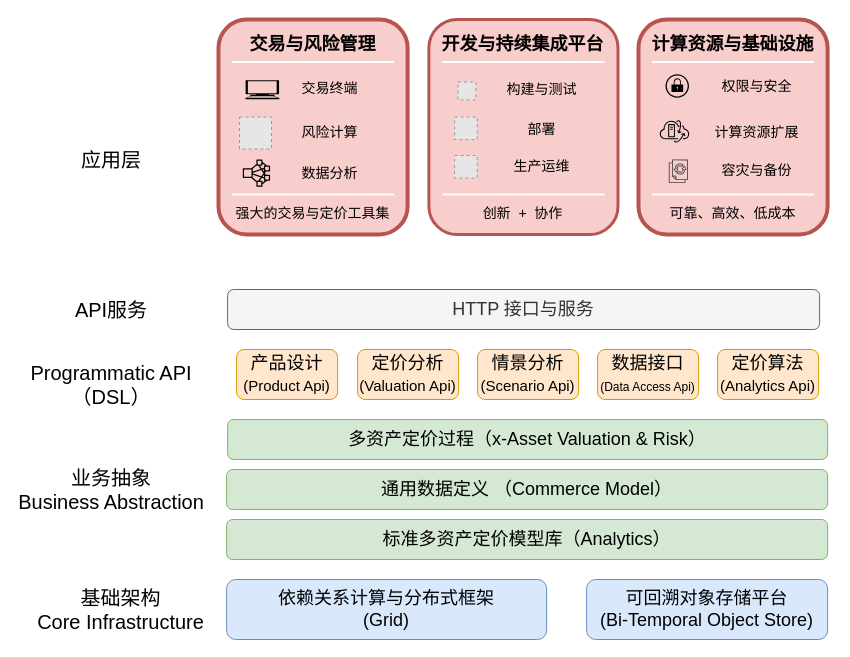
This is page "业务层级拆分" (1 of 15) of quant-dev-platform.drawio from blshao84/VaRReportingSys, a draw.io file, before an edit. Source tidied: cells renumbered, new cells numbered last; positions are measured from the earlier drawing's top-left corner, leaving out a move shared by most shapes. Both pictures are drawn from the tidied source at 100%, with x=0, y=0 at pixel (16, 19). Pictures stored in the file or linked from it are replaced by grey dashed boxes.
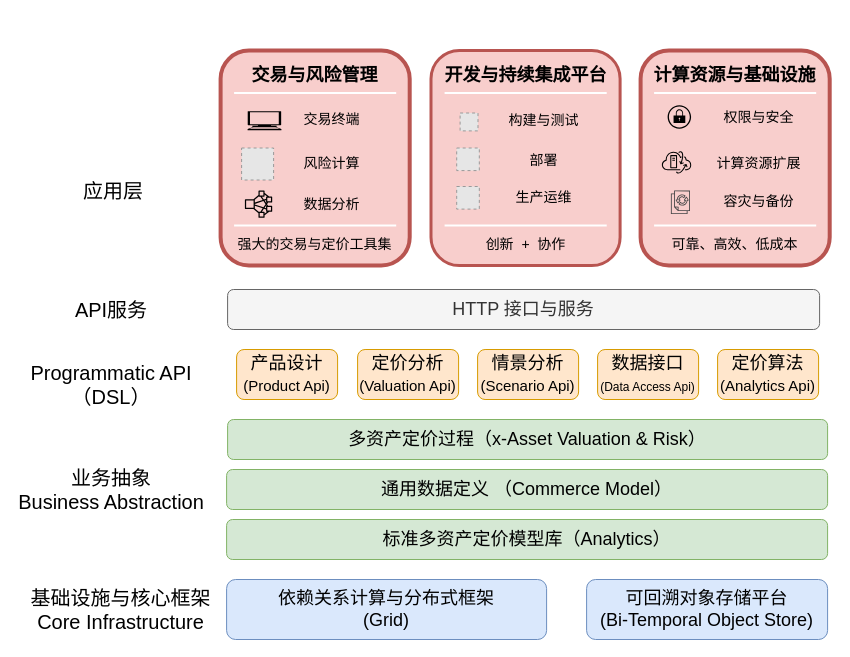
The same page after the edit.

Unchanged cells that the change refers to:
```xml
<mxCell id="53" style="group;" parent="1" vertex="1">
  <mxGeometry x="0.1" y="560" width="811" height="60" as="geometry" />
</mxCell>
```

The edit, as a diff of the source:
```diff
@@
     <mxCell id="2" style="group;" parent="1" vertex="1">
-      <mxGeometry x="29.9" width="781.2" height="215" as="geometry" />
+      <mxGeometry x="32" y="31" width="781.2" height="215" as="geometry" />
     </mxCell>
@@
-    <mxCell id="57" value="基础架构&lt;br&gt;Core Infrastructure" style="text;html=1;strokeColor=none;fillColor=none;align=center;verticalAlign=middle;whiteSpace=wrap;rounded=0;dashed=1;fontSize=20;" parent="53" vertex="1">
+    <mxCell id="57" value="基础设施与核心框架&lt;br&gt;Core Infrastructure" style="text;html=1;strokeColor=none;fillColor=none;align=center;verticalAlign=middle;whiteSpace=wrap;rounded=0;dashed=1;fontSize=20;" parent="53" vertex="1">
       <mxGeometry y="20" width="209" height="20" as="geometry" />
     </mxCell>
```
